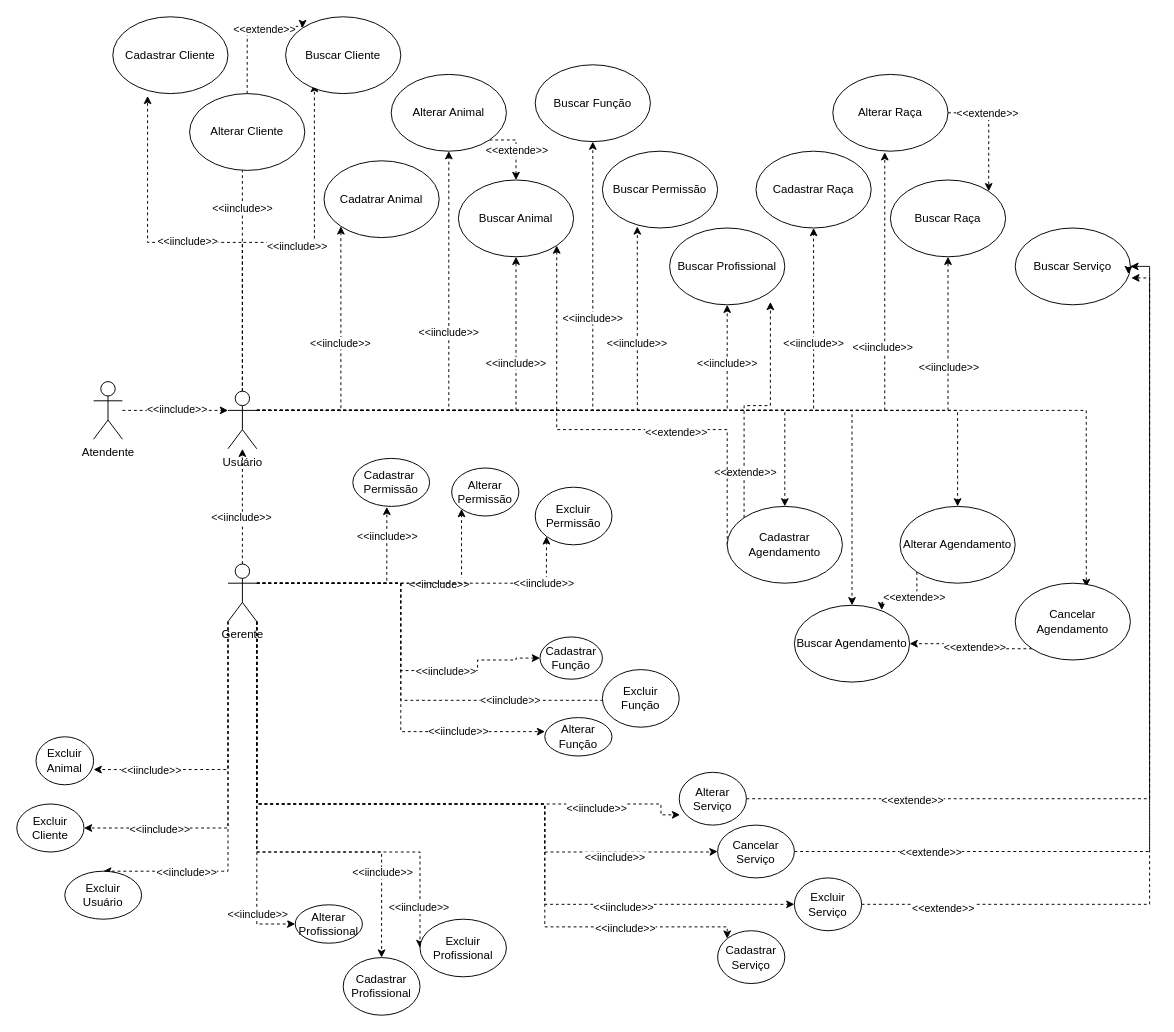
Earlier version of the draw.io diagram Diagrama sem nomeer.drawio (DimasMota/Teste). Source tidied: cells renumbered, new cells numbered last; positions are measured from the earlier drawing's top-left corner, leaving out a move shared by most shapes. Both pictures are drawn from the tidied source at 96%, with x=0, y=0 at pixel (16, 16).
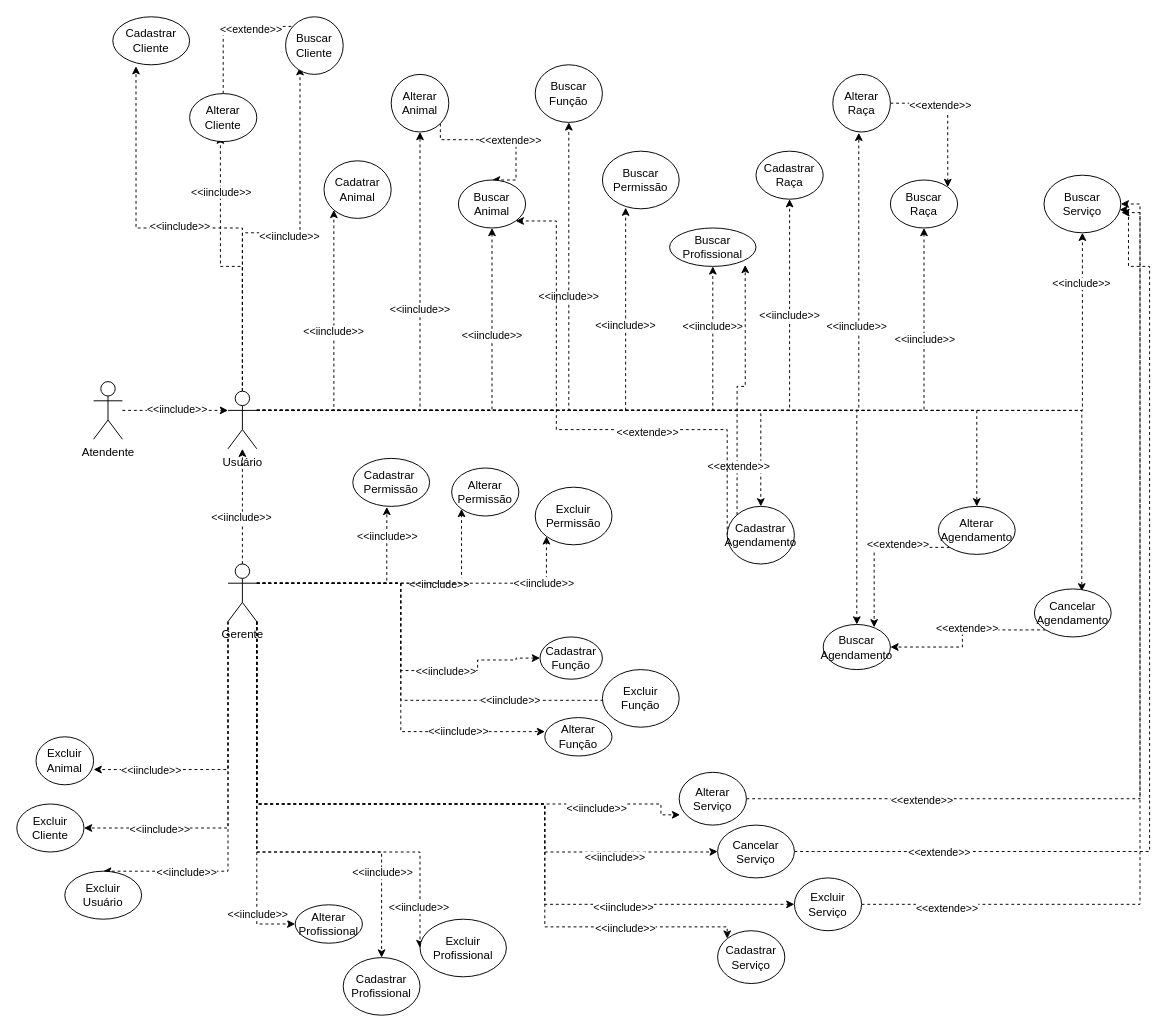
The same diagram, later.

Unchanged cells that the change refers to:
```xml
<mxCell id="30" value="Usuário" style="shape=umlActor;verticalLabelPosition=bottom;verticalAlign=top;html=1;outlineConnect=0;" parent="1" vertex="1">
  <mxGeometry x="220" y="390" width="30" height="60" as="geometry" />
</mxCell>
```

What changed in the source:
```diff
@@
+    <mxCell id="122" style="edgeStyle=orthogonalEdgeStyle;rounded=0;jettySize=auto;html=1;exitX=1;exitY=0.3333333333333333;exitDx=0;exitDy=0;exitPerimeter=0;entryX=0.5;entryY=1;entryDx=0;entryDy=0;dashed=1;" parent="1" edge="1" source="30" target="112">
+      <mxGeometry relative="1" as="geometry" />
+    </mxCell>
+    <mxCell id="123" value="&amp;lt;&amp;lt;include&amp;gt;&amp;gt;" style="edgeLabel;html=1;align=center;verticalAlign=middle;" parent="122" vertex="1">
+      <mxGeometry x="0.9" y="2" relative="1" as="geometry" />
+    </mxCell>
@@
     <mxCell id="31" value="Cadastrar Cliente" style="ellipse;whiteSpace=wrap;html=1;" parent="1" vertex="1">
-      <mxGeometry x="100" width="120" height="80" as="geometry" />
+      <mxGeometry x="100" width="80" height="50" as="geometry" />
     </mxCell>
@@
     <mxCell id="72" value="Alterar Cliente" style="ellipse;whiteSpace=wrap;html=1;" parent="1" vertex="1">
-      <mxGeometry x="180" y="80" width="120" height="80" as="geometry" />
+      <mxGeometry x="180" y="80" width="70" height="50" as="geometry" />
     </mxCell>
     <mxCell id="73" value="Buscar Cliente" style="ellipse;whiteSpace=wrap;html=1;" parent="1" vertex="1">
-      <mxGeometry x="280" width="120" height="80" as="geometry" />
+      <mxGeometry x="280" width="60" height="60" as="geometry" />
     </mxCell>
@@
     <mxCell id="75" value="Cadatrar Animal" style="ellipse;whiteSpace=wrap;html=1;" parent="1" vertex="1">
-      <mxGeometry x="320" y="150" width="120" height="80" as="geometry" />
+      <mxGeometry x="320" y="150" width="70" height="60" as="geometry" />
     </mxCell>
@@
     <mxCell id="78" value="Alterar Animal" style="ellipse;whiteSpace=wrap;html=1;" parent="1" vertex="1">
-      <mxGeometry x="390" y="60" width="120" height="80" as="geometry" />
+      <mxGeometry x="390" y="60" width="60" height="60" as="geometry" />
     </mxCell>
     <mxCell id="79" value="Buscar Animal" style="ellipse;whiteSpace=wrap;html=1;" parent="1" vertex="1">
-      <mxGeometry x="460" y="170" width="120" height="80" as="geometry" />
+      <mxGeometry x="460" y="170" width="70" height="50" as="geometry" />
     </mxCell>
@@
     <mxCell id="86" value="Buscar Permissão" style="ellipse;whiteSpace=wrap;html=1;" parent="1" vertex="1">
-      <mxGeometry x="610" y="140" width="120" height="80" as="geometry" />
+      <mxGeometry x="610" y="140" width="80" height="60" as="geometry" />
     </mxCell>
@@
     <mxCell id="89" value="Buscar Função" style="ellipse;whiteSpace=wrap;html=1;" parent="1" vertex="1">
-      <mxGeometry x="540" y="50" width="120" height="80" as="geometry" />
+      <mxGeometry x="540" y="50" width="70" height="60" as="geometry" />
     </mxCell>
@@
     <mxCell id="92" value="Buscar Profissional" style="ellipse;whiteSpace=wrap;html=1;" parent="1" vertex="1">
-      <mxGeometry x="680" y="220" width="120" height="80" as="geometry" />
+      <mxGeometry x="680" y="220" width="90" height="40" as="geometry" />
     </mxCell>
@@
     <mxCell id="94" value="Cadastrar Raça" style="ellipse;whiteSpace=wrap;html=1;" parent="1" vertex="1">
-      <mxGeometry x="770" y="140" width="120" height="80" as="geometry" />
+      <mxGeometry x="770" y="140" width="70" height="50" as="geometry" />
     </mxCell>
@@
     <mxCell id="97" value="Alterar Raça" style="ellipse;whiteSpace=wrap;html=1;" parent="1" vertex="1">
-      <mxGeometry x="850" y="60" width="120" height="80" as="geometry" />
+      <mxGeometry x="850" y="60" width="60" height="60" as="geometry" />
     </mxCell>
     <mxCell id="98" value="Buscar Raça" style="ellipse;whiteSpace=wrap;html=1;" parent="1" vertex="1">
-      <mxGeometry x="910" y="170" width="120" height="80" as="geometry" />
+      <mxGeometry x="910" y="170" width="70" height="50" as="geometry" />
     </mxCell>
     <mxCell id="99" value="Buscar Agendamento" style="ellipse;whiteSpace=wrap;html=1;" parent="1" vertex="1">
-      <mxGeometry x="810" y="613" width="120" height="80" as="geometry" />
+      <mxGeometry x="840" y="633" width="70" height="47" as="geometry" />
     </mxCell>
@@
     <mxCell id="104" value="Cadastrar Agendamento" style="ellipse;whiteSpace=wrap;html=1;" parent="1" vertex="1">
-      <mxGeometry x="740" y="510" width="120" height="80" as="geometry" />
+      <mxGeometry x="740" y="510" width="70" height="60" as="geometry" />
     </mxCell>
@@
     <mxCell id="107" value="Alterar Agendamento" style="ellipse;whiteSpace=wrap;html=1;" parent="1" vertex="1">
-      <mxGeometry x="920" y="510" width="120" height="80" as="geometry" />
+      <mxGeometry x="960" y="510" width="80" height="50" as="geometry" />
     </mxCell>
@@
     <mxCell id="110" value="Cancelar Agendamento" style="ellipse;whiteSpace=wrap;html=1;" parent="1" vertex="1">
-      <mxGeometry x="1040" y="590" width="120" height="80" as="geometry" />
+      <mxGeometry x="1060" y="596" width="80" height="50" as="geometry" />
     </mxCell>
@@
     <mxCell id="112" value="Buscar Serviço" style="ellipse;whiteSpace=wrap;html=1;" parent="1" vertex="1">
-      <mxGeometry x="1040" y="220" width="120" height="80" as="geometry" />
+      <mxGeometry x="1070" y="165" width="80" height="60" as="geometry" />
     </mxCell>
```
